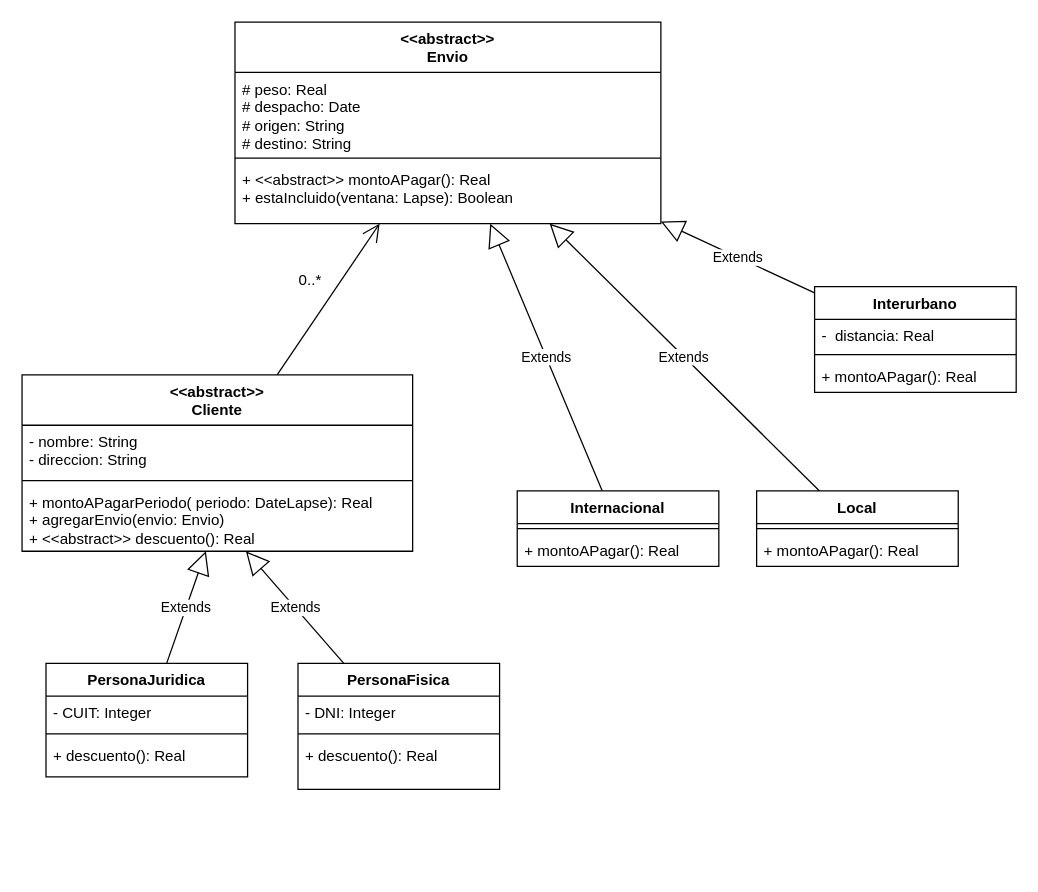
This is ProyMavenBase/P5E19/Ej19.drawio from fremn88/OO1_2024, a draw.io file, before an edit. Source tidied: cells renumbered, new cells numbered last; positions are measured from the earlier drawing's top-left corner, leaving out a move shared by most shapes. Both pictures are drawn from the tidied source at 126%, with x=0, y=0 at pixel (21, 21).
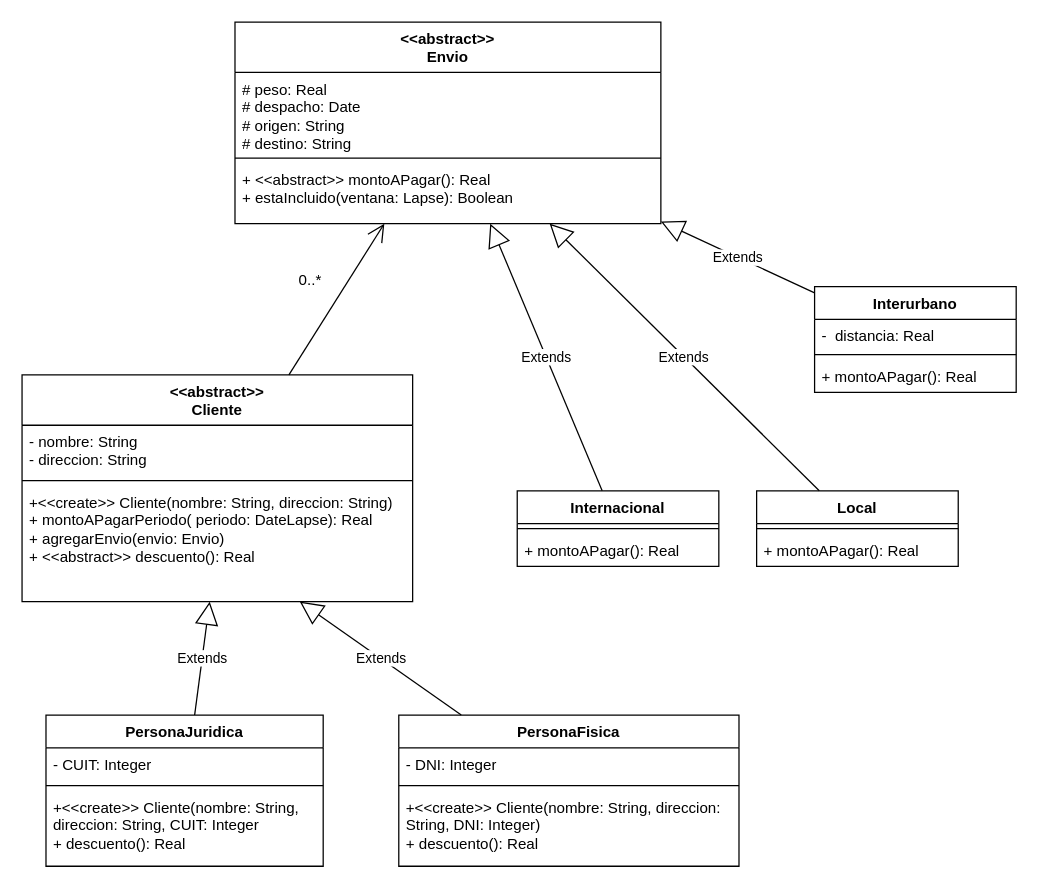
Above is the later version.

What changed in the source:
```diff
@@
     <mxCell id="11" value="&amp;lt;&amp;lt;abstract&amp;gt;&amp;gt;&lt;br&gt;Cliente" style="swimlane;fontStyle=1;align=center;verticalAlign=top;horizontal=1;startSize=40;whiteSpace=wrap;html=1;" parent="1" vertex="1">
-      <mxGeometry y="280" width="310" height="140" as="geometry" />
+      <mxGeometry y="280" width="310" height="180" as="geometry" />
     </mxCell>
@@
-    <mxCell id="14" value="+ montoAPagarPeriodo( periodo: DateLapse): Real&lt;br&gt;+ agregarEnvio(envio: Envio)&lt;br&gt;+ &amp;lt;&amp;lt;abstract&amp;gt;&amp;gt; descuento(): Real" style="text;strokeColor=none;fillColor=none;align=left;verticalAlign=top;spacingLeft=4;spacingRight=4;overflow=hidden;points=[[0,0.5],[1,0.5]];portConstraint=eastwest;whiteSpace=wrap;html=1;" parent="11" vertex="1">
-      <mxGeometry y="88" width="310" height="52" as="geometry" />
+    <mxCell id="14" value="+&amp;lt;&amp;lt;create&amp;gt;&amp;gt; Cliente(nombre: String, direccion: String)&lt;br&gt;+ montoAPagarPeriodo( periodo: DateLapse): Real&lt;br&gt;+ agregarEnvio(envio: Envio)&lt;br&gt;+ &amp;lt;&amp;lt;abstract&amp;gt;&amp;gt; descuento(): Real" style="text;strokeColor=none;fillColor=none;align=left;verticalAlign=top;spacingLeft=4;spacingRight=4;overflow=hidden;points=[[0,0.5],[1,0.5]];portConstraint=eastwest;whiteSpace=wrap;html=1;" parent="11" vertex="1">
+      <mxGeometry y="88" width="310" height="92" as="geometry" />
     </mxCell>
@@
     <mxCell id="17" value="PersonaFisica" style="swimlane;fontStyle=1;align=center;verticalAlign=top;horizontal=1;startSize=26;whiteSpace=wrap;html=1;" parent="1" vertex="1">
-      <mxGeometry x="219" y="509" width="160" height="100" as="geometry" />
+      <mxGeometry x="299" y="550" width="270" height="120" as="geometry" />
     </mxCell>
     <mxCell id="18" value="- DNI: Integer" style="text;strokeColor=none;fillColor=none;align=left;verticalAlign=top;spacingLeft=4;spacingRight=4;overflow=hidden;whiteSpace=wrap;html=1;" parent="17" vertex="1">
-      <mxGeometry y="26" width="160" height="26" as="geometry" />
+      <mxGeometry y="26" width="270" height="26" as="geometry" />
     </mxCell>
     <mxCell id="19" style="line;strokeWidth=1;fillColor=none;align=left;verticalAlign=middle;spacingTop=-1;spacingLeft=3;spacingRight=3;labelPosition=right;strokeColor=inherit;" parent="17" vertex="1">
-      <mxGeometry y="52" width="160" height="8" as="geometry" />
+      <mxGeometry y="52" width="270" height="8" as="geometry" />
     </mxCell>
-    <mxCell id="20" value="+ descuento(): Real" style="text;strokeColor=none;fillColor=none;align=left;verticalAlign=top;spacingLeft=4;spacingRight=4;overflow=hidden;whiteSpace=wrap;html=1;" parent="17" vertex="1">
-      <mxGeometry y="60" width="160" height="40" as="geometry" />
+    <mxCell id="20" value="+&amp;lt;&amp;lt;create&amp;gt;&amp;gt; Cliente(nombre: String, direccion: String, DNI: Integer)&lt;br&gt;+ descuento(): Real" style="text;strokeColor=none;fillColor=none;align=left;verticalAlign=top;spacingLeft=4;spacingRight=4;overflow=hidden;whiteSpace=wrap;html=1;" parent="17" vertex="1">
+      <mxGeometry y="60" width="270" height="60" as="geometry" />
     </mxCell>
@@
     <mxCell id="31" value="PersonaJuridica" style="swimlane;fontStyle=1;align=center;verticalAlign=top;horizontal=1;startSize=26;whiteSpace=wrap;html=1;" parent="1" vertex="1">
-      <mxGeometry x="19" y="509" width="160" height="90" as="geometry" />
+      <mxGeometry x="19" y="550" width="220" height="120" as="geometry" />
     </mxCell>
     <mxCell id="32" value="- CUIT: Integer" style="text;strokeColor=none;fillColor=none;align=left;verticalAlign=top;spacingLeft=4;spacingRight=4;overflow=hidden;whiteSpace=wrap;html=1;" parent="31" vertex="1">
-      <mxGeometry y="26" width="160" height="26" as="geometry" />
+      <mxGeometry y="26" width="220" height="26" as="geometry" />
     </mxCell>
     <mxCell id="33" style="line;strokeWidth=1;fillColor=none;align=left;verticalAlign=middle;spacingTop=-1;spacingLeft=3;spacingRight=3;labelPosition=right;strokeColor=inherit;" parent="31" vertex="1">
-      <mxGeometry y="52" width="160" height="8" as="geometry" />
+      <mxGeometry y="52" width="220" height="8" as="geometry" />
     </mxCell>
-    <mxCell id="34" value="+ descuento(): Real" style="text;strokeColor=none;fillColor=none;align=left;verticalAlign=top;spacingLeft=4;spacingRight=4;overflow=hidden;whiteSpace=wrap;html=1;" parent="31" vertex="1">
-      <mxGeometry y="60" width="160" height="30" as="geometry" />
+    <mxCell id="34" value="+&amp;lt;&amp;lt;create&amp;gt;&amp;gt; Cliente(nombre: String, direccion: String, CUIT: Integer&lt;br&gt;+ descuento(): Real" style="text;strokeColor=none;fillColor=none;align=left;verticalAlign=top;spacingLeft=4;spacingRight=4;overflow=hidden;whiteSpace=wrap;html=1;" parent="31" vertex="1">
+      <mxGeometry y="60" width="220" height="60" as="geometry" />
     </mxCell>
```
